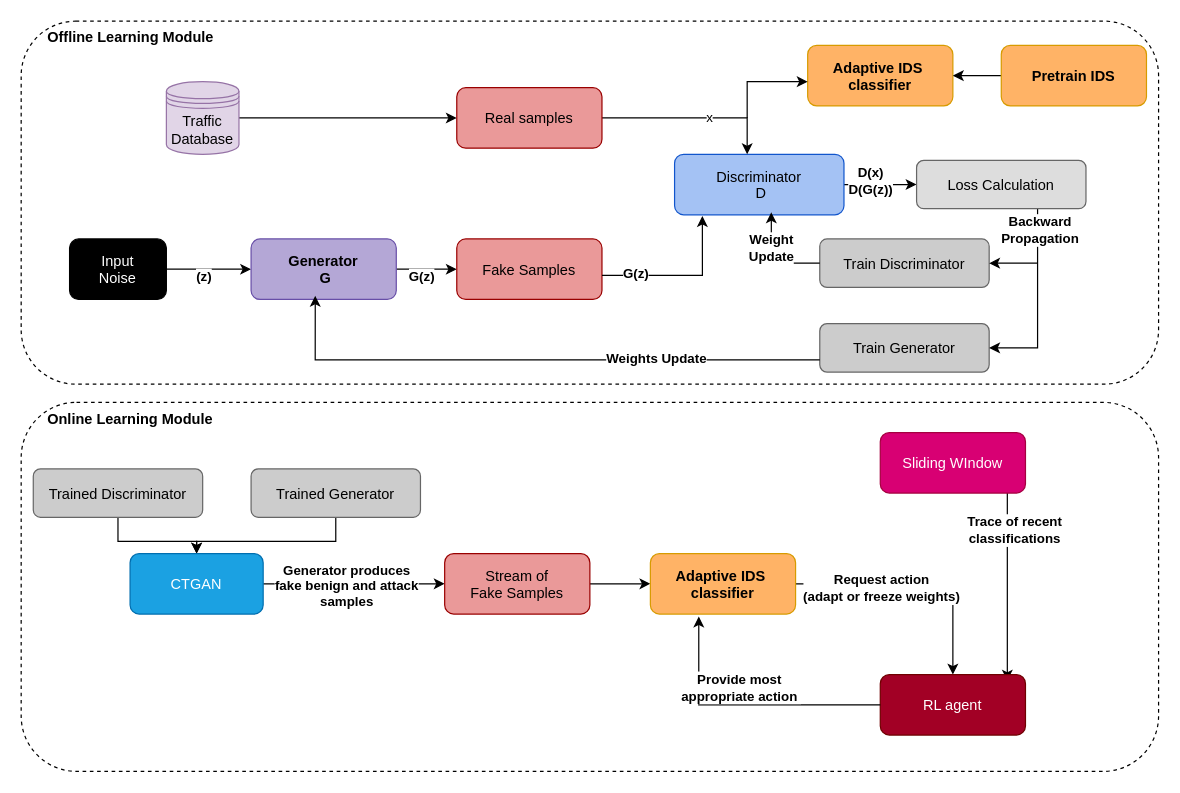
Above: page "IDS + CTGAN Architecture" (1 of 3) of overall_architecture.drawio in elgenio123/diagrams (draw.io), before the change. Source tidied: cells renumbered, new cells numbered last; positions are measured from the earlier drawing's top-left corner, leaving out a move shared by most shapes. Both pictures are drawn from the tidied source at 121%, with x=0, y=0 at pixel (21, 21).
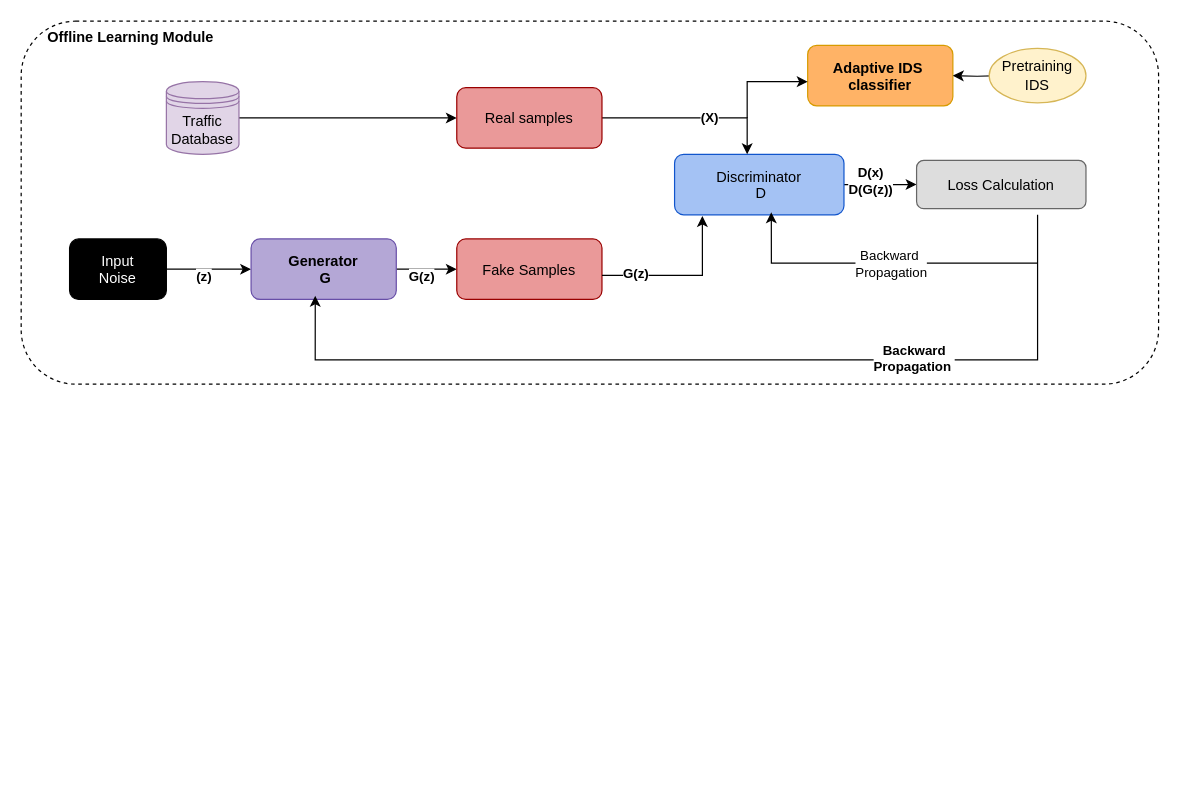
The same page after the edit.

Commit message:
Mettre à jour overall_architecture.drawio

Unchanged cells that the change refers to:
```xml
<mxCell id="5" value="Adaptive IDS &#10;classifier" style="rounded=1;fillColor=#ffb366;strokeColor=#d79b00;fontStyle=1;" parent="1" vertex="1">
  <mxGeometry x="650" y="20" width="120" height="50" as="geometry" />
</mxCell>
<mxCell id="12" value="Generator&#10; G" style="rounded=1;fillColor=#b4a7d6;strokeColor=#674ea7;fontStyle=1;" parent="1" vertex="1">
  <mxGeometry x="190" y="180" width="120" height="50" as="geometry" />
</mxCell>
<mxCell id="16" value="Discriminator&#10; D" style="rounded=1;fillColor=#a4c2f4;strokeColor=#1155cc;" parent="1" vertex="1">
  <mxGeometry x="540" y="110" width="140" height="50" as="geometry" />
</mxCell>
<mxCell id="19" style="edgeStyle=orthogonalEdgeStyle;rounded=0;jettySize=auto;html=1;" parent="1" edge="1" source="21" target="16">
  <mxGeometry relative="1" as="geometry">
    <Array as="points">
      <mxPoint x="600" y="80" />
    </Array>
  </mxGeometry>
</mxCell>
<mxCell id="28" value="Loss Calculation" style="rounded=1;fillColor=#dddddd;strokeColor=#666666;" parent="1" vertex="1">
  <mxGeometry x="740" y="115" width="140" height="40" as="geometry" />
</mxCell>
```

Diff of the diagram source:
```diff
@@
-    <mxCell id="2" style="rounded=1;dashed=1;fillColor=none;strokeColor=#000000;" parent="1" vertex="1">
-      <mxGeometry y="315" width="940" height="305" as="geometry" />
-    </mxCell>
@@
-    <mxCell id="20" value="x" style="edgeLabel;html=1;align=center;verticalAlign=middle;" parent="19" vertex="1">
+    <mxCell id="20" value="&lt;b&gt;&lt;font&gt;(X)&lt;/font&gt;&lt;/b&gt;" style="edgeLabel;html=1;align=center;verticalAlign=middle;" parent="19" vertex="1">
       <mxGeometry x="0.17" y="1" relative="1" as="geometry" />
     </mxCell>
@@
-    <mxCell id="24" value="Train Discriminator" style="rounded=1;fillColor=#cccccc;strokeColor=#666666;" parent="1" vertex="1">
-      <mxGeometry x="660" y="180" width="140" height="40" as="geometry" />
-    </mxCell>
-    <mxCell id="25" value="Train Generator" style="rounded=1;fillColor=#cccccc;strokeColor=#666666;" parent="1" vertex="1">
-      <mxGeometry x="660" y="250" width="140" height="40" as="geometry" />
-    </mxCell>
-    <mxCell id="26" style="edgeStyle=orthogonalEdgeStyle;rounded=0;jettySize=auto;html=1;" parent="1" edge="1" source="28" target="25">
-      <mxGeometry relative="1" as="geometry">
-        <Array as="points">
-          <mxPoint x="840" y="270" />
-        </Array>
-      </mxGeometry>
-    </mxCell>
-    <mxCell id="27" value="&lt;b&gt;Backward&lt;/b&gt;&lt;div&gt;&lt;b&gt;Propagation&lt;/b&gt;&lt;/div&gt;" style="edgeLabel;html=1;align=center;verticalAlign=middle;" parent="26" vertex="1">
-      <mxGeometry x="-0.78" y="1" relative="1" as="geometry" />
-    </mxCell>
@@
-    <mxCell id="30" style="edgeStyle=orthogonalEdgeStyle;rounded=0;jettySize=auto;html=1;" parent="1" edge="1" source="31" target="5">
-      <mxGeometry relative="1" as="geometry" />
+    <mxCell id="30" style="edgeStyle=orthogonalEdgeStyle;rounded=0;jettySize=auto;html=1;" parent="1" edge="1" target="5">
+      <mxGeometry relative="1" as="geometry">
+        <mxPoint x="810" y="45" as="sourcePoint" />
+      </mxGeometry>
     </mxCell>
-    <mxCell id="31" value="Pretrain IDS" style="rounded=1;fillColor=#ffb366;strokeColor=#d79b00;fontStyle=1;" parent="1" vertex="1">
-      <mxGeometry x="810" y="20" width="120" height="50" as="geometry" />
-    </mxCell>
-    <mxCell id="32" style="endArrow=classic;html=1;rounded=0;entryX=0.442;entryY=0.94;entryDx=0;entryDy=0;entryPerimeter=0;exitX=0;exitY=0.75;exitDx=0;exitDy=0;" parent="1" edge="1" source="25" target="12">
+    <mxCell id="32" style="endArrow=classic;html=1;rounded=0;entryX=0.442;entryY=0.94;entryDx=0;entryDy=0;entryPerimeter=0;" parent="1" edge="1" target="12">
       <mxGeometry relative="1" as="geometry">
+        <mxPoint x="840" y="160" as="sourcePoint" />
         <Array as="points">
+          <mxPoint x="840" y="280" />
           <mxPoint x="243" y="280" />
         </Array>
       </mxGeometry>
     </mxCell>
-    <mxCell id="33" value="&lt;b&gt;Weights Update&lt;/b&gt;" style="edgeLabel;html=1;align=center;verticalAlign=middle;" parent="32" vertex="1">
+    <mxCell id="33" value="&lt;b&gt;Backward&lt;/b&gt;&lt;div&gt;&lt;b&gt;Propagation&amp;nbsp;&lt;/b&gt;&lt;/div&gt;" style="edgeLabel;html=1;align=center;verticalAlign=middle;" parent="32" vertex="1">
       <mxGeometry x="-0.42" y="-2" relative="1" as="geometry" />
     </mxCell>
-    <mxCell id="34" style="endArrow=classic;html=1;rounded=0;entryX=0.571;entryY=0.96;entryDx=0;entryDy=0;entryPerimeter=0;exitX=0;exitY=0.5;exitDx=0;exitDy=0;" parent="1" edge="1" source="24" target="16">
+    <mxCell id="34" style="endArrow=classic;html=1;rounded=0;entryX=0.571;entryY=0.96;entryDx=0;entryDy=0;entryPerimeter=0;" parent="1" edge="1" target="16">
       <mxGeometry relative="1" as="geometry">
+        <mxPoint x="840" y="200" as="sourcePoint" />
         <Array as="points">
           <mxPoint x="620" y="200" />
         </Array>
       </mxGeometry>
     </mxCell>
-    <mxCell id="35" value="Weight&lt;div&gt;Update&lt;/div&gt;" style="edgeLabel;html=1;align=center;verticalAlign=middle;fontStyle=1;" parent="34" vertex="1">
-      <mxGeometry x="0.29" relative="1" as="geometry" />
-    </mxCell>
-    <mxCell id="36" style="edgeStyle=orthogonalEdgeStyle;rounded=0;jettySize=auto;html=1;" parent="1" edge="1" source="37" target="42">
-      <mxGeometry relative="1" as="geometry" />
-    </mxCell>
-    <mxCell id="37" value="Trained Discriminator" style="rounded=1;fillColor=#cccccc;strokeColor=#666666;" parent="1" vertex="1">
-      <mxGeometry x="10" y="370" width="140" height="40" as="geometry" />
-    </mxCell>
-    <mxCell id="38" style="edgeStyle=orthogonalEdgeStyle;rounded=0;jettySize=auto;html=1;" parent="1" edge="1" source="39" target="42">
-      <mxGeometry relative="1" as="geometry">
-        <Array as="points">
-          <mxPoint x="260" y="430" />
-          <mxPoint x="145" y="430" />
-        </Array>
-      </mxGeometry>
-    </mxCell>
-    <mxCell id="39" value="Trained Generator" style="rounded=1;fillColor=#cccccc;strokeColor=#666666;" parent="1" vertex="1">
-      <mxGeometry x="190" y="370" width="140" height="40" as="geometry" />
-    </mxCell>
-    <mxCell id="40" style="edgeStyle=orthogonalEdgeStyle;rounded=0;jettySize=auto;html=1;" parent="1" edge="1" source="42" target="44">
-      <mxGeometry relative="1" as="geometry" />
-    </mxCell>
-    <mxCell id="41" value="&lt;b&gt;&lt;font&gt;Generator produces&lt;br&gt;fake benign and attack&lt;/font&gt;&lt;/b&gt;&lt;div&gt;&lt;b&gt;&lt;font&gt;samples&lt;/font&gt;&lt;/b&gt;&lt;/div&gt;" style="edgeLabel;html=1;align=center;verticalAlign=middle;" parent="40" vertex="1">
-      <mxGeometry x="-0.1" y="-1" relative="1" as="geometry" />
-    </mxCell>
-    <mxCell id="42" value="CTGAN" style="rounded=1;fillColor=#1ba1e2;fontColor=#ffffff;strokeColor=#006EAF;" parent="1" vertex="1">
-      <mxGeometry x="90" y="440" width="110" height="50" as="geometry" />
-    </mxCell>
-    <mxCell id="43" style="edgeStyle=orthogonalEdgeStyle;rounded=0;jettySize=auto;html=1;" parent="1" edge="1" source="44" target="47">
-      <mxGeometry relative="1" as="geometry" />
-    </mxCell>
-    <mxCell id="44" value="Stream of&#10;Fake Samples" style="rounded=1;fillColor=#ea9999;strokeColor=#990000;" parent="1" vertex="1">
-      <mxGeometry x="350" y="440" width="120" height="50" as="geometry" />
-    </mxCell>
-    <mxCell id="45" style="edgeStyle=orthogonalEdgeStyle;rounded=0;jettySize=auto;html=1;" parent="1" edge="1" source="47" target="51">
-      <mxGeometry relative="1" as="geometry" />
-    </mxCell>
-    <mxCell id="46" value="&lt;b&gt;Request action&lt;/b&gt;&lt;div&gt;&lt;b&gt;(adapt or freeze weights)&lt;/b&gt;&lt;/div&gt;" style="edgeLabel;html=1;align=center;verticalAlign=middle;" parent="45" vertex="1">
-      <mxGeometry x="0.07" y="2" relative="1" as="geometry">
-        <mxPoint x="-40" y="5" as="offset" />
-      </mxGeometry>
-    </mxCell>
-    <mxCell id="47" value="Adaptive IDS &#10;classifier" style="rounded=1;fillColor=#ffb366;strokeColor=#d79b00;fontStyle=1;" parent="1" vertex="1">
-      <mxGeometry x="520" y="440" width="120" height="50" as="geometry" />
-    </mxCell>
-    <mxCell id="48" style="edgeStyle=orthogonalEdgeStyle;rounded=0;jettySize=auto;html=1;entryX=0.875;entryY=0.1;entryDx=0;entryDy=0;entryPerimeter=0;" parent="1" edge="1" source="50" target="51">
-      <mxGeometry relative="1" as="geometry">
-        <Array as="points">
-          <mxPoint x="815" y="430" />
-          <mxPoint x="815" y="430" />
-        </Array>
-      </mxGeometry>
-    </mxCell>
-    <mxCell id="49" value="&lt;b&gt;Trace of recent&lt;/b&gt;&lt;div&gt;&lt;b&gt;classifications&lt;/b&gt;&lt;/div&gt;" style="edgeLabel;html=1;align=center;verticalAlign=middle;" parent="48" vertex="1">
-      <mxGeometry x="0.11" relative="1" as="geometry">
-        <mxPoint x="5" y="-56" as="offset" />
-      </mxGeometry>
-    </mxCell>
-    <mxCell id="50" value="Sliding WIndow" style="rounded=1;fillColor=#d80073;strokeColor=#A50040;fontColor=#ffffff;" parent="1" vertex="1">
-      <mxGeometry x="710" y="340" width="120" height="50" as="geometry" />
-    </mxCell>
-    <mxCell id="51" value="RL agent" style="rounded=1;fillColor=#a20025;strokeColor=#6F0000;fontColor=#ffffff;" parent="1" vertex="1">
-      <mxGeometry x="710" y="540" width="120" height="50" as="geometry" />
-    </mxCell>
-    <mxCell id="52" style="endArrow=classic;html=1;rounded=0;exitX=0;exitY=0.5;exitDx=0;exitDy=0;" parent="1" edge="1" source="51">
-      <mxGeometry relative="1" as="geometry">
-        <mxPoint x="560" y="492" as="targetPoint" />
-        <Array as="points">
-          <mxPoint x="560" y="565" />
-        </Array>
-      </mxGeometry>
-    </mxCell>
-    <mxCell id="53" value="&lt;b&gt;Provide most&amp;nbsp;&lt;/b&gt;&lt;div&gt;&lt;b&gt;appropriate action&amp;nbsp;&lt;/b&gt;&lt;/div&gt;" style="edgeLabel;html=1;align=center;verticalAlign=middle;" parent="52" vertex="1">
-      <mxGeometry x="0.04" relative="1" as="geometry">
-        <mxPoint y="-15" as="offset" />
-      </mxGeometry>
-    </mxCell>
-    <mxCell id="54" value="Online Learning Module" style="text;html=1;fontStyle=1;fillColor=none;strokeColor=none;" parent="1" vertex="1">
-      <mxGeometry x="20" y="315" width="100" height="20" as="geometry" />
-    </mxCell>
-    <mxCell id="55" style="endArrow=classic;html=1;rounded=0;" parent="1" edge="1" target="24">
-      <mxGeometry relative="1" as="geometry">
-        <mxPoint x="840" y="200" as="sourcePoint" />
-      </mxGeometry>
-    </mxCell>
+    <mxCell id="27" value="Backward&amp;nbsp;&lt;div&gt;Propagation&lt;/div&gt;" style="edgeLabel;html=1;align=center;verticalAlign=middle;" parent="34" vertex="1">
+      <mxGeometry x="-0.07" relative="1" as="geometry" />
+    </mxCell>
+    <mxCell id="56" value="Pretraining&lt;div&gt;IDS&lt;/div&gt;" style="ellipse;whiteSpace=wrap;html=1;fillColor=#fff2cc;strokeColor=#d6b656;" parent="1" vertex="1">
+      <mxGeometry x="800" y="22.5" width="80" height="45" as="geometry" />
+    </mxCell>
```
